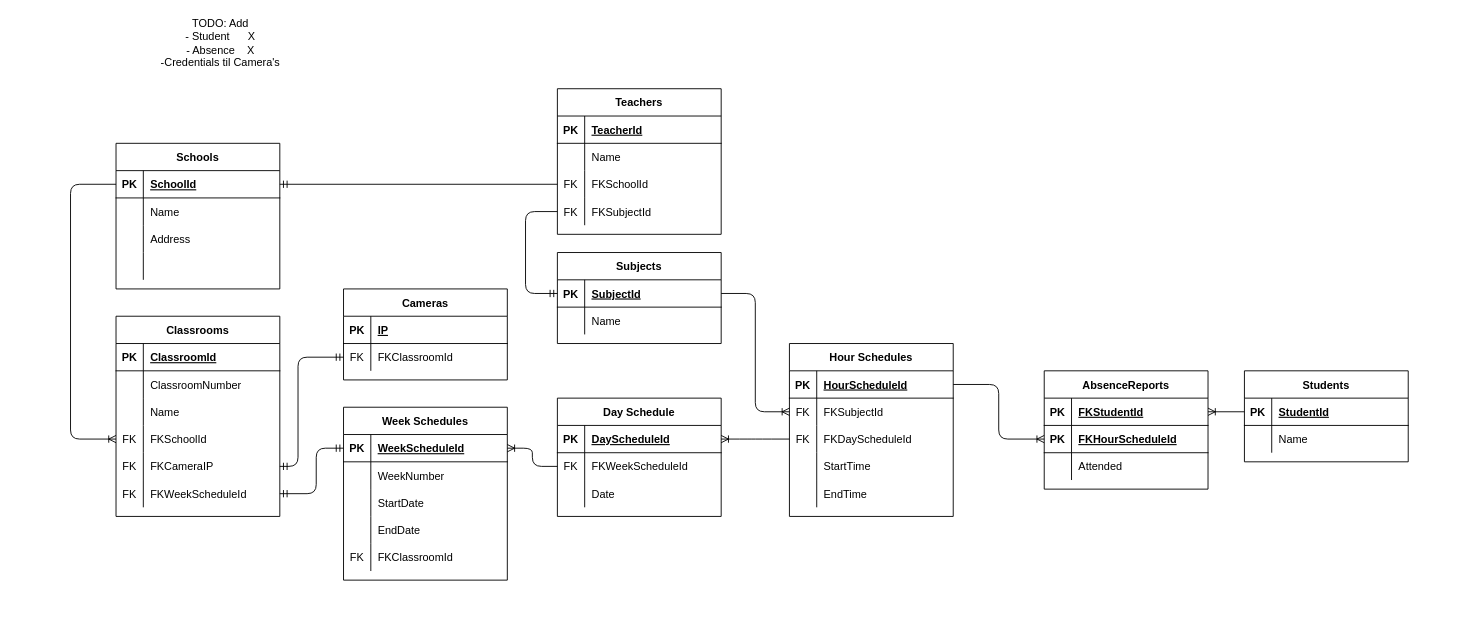
The draw.io diagram Src/AbsenceSystem/Documentation/Attendance ER-Diagram.drawio in AMDAOFF/IT-GreenDeal, before the edit. Source tidied: cells renumbered, new cells numbered last; positions are measured from the earlier drawing's top-left corner, leaving out a move shared by most shapes. Both pictures are drawn from the tidied source at 91%, with x=0, y=0 at pixel (15, 15).
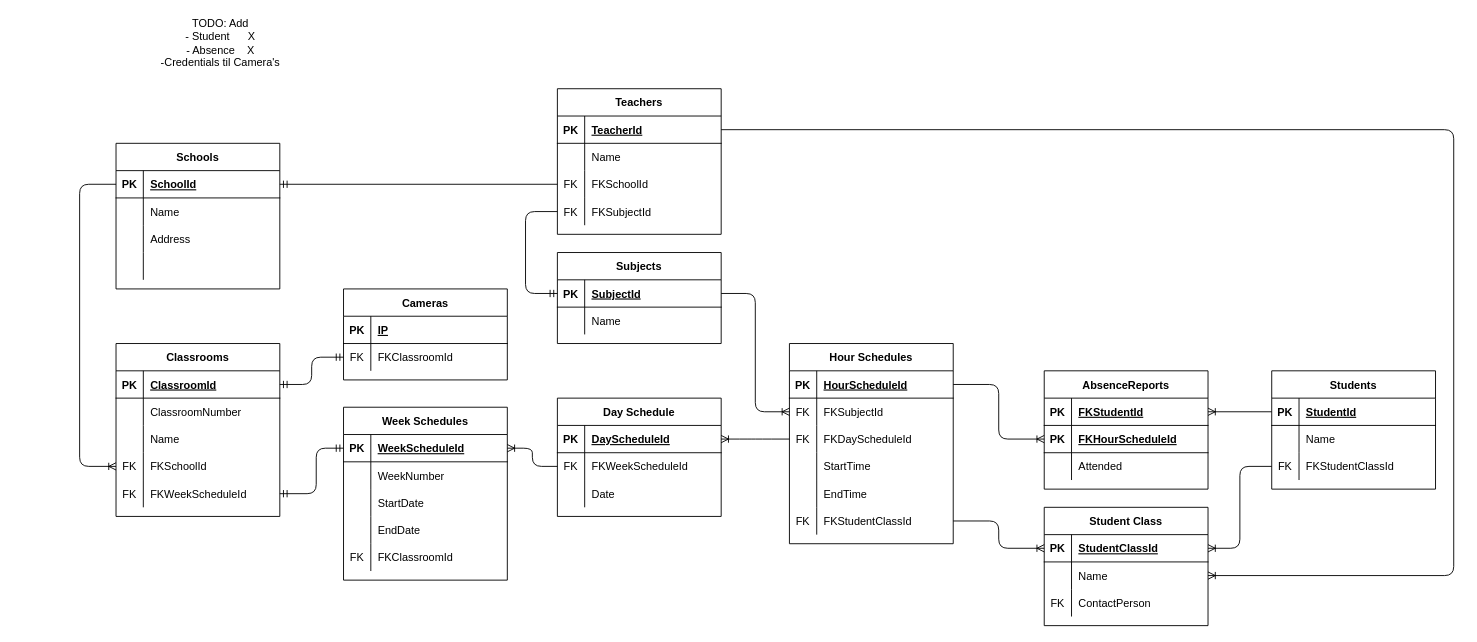
Above is the later version.

Unchanged cells that the change refers to:
```xml
<mxCell id="6" style="shape=partialRectangle;fillColor=none;top=0;left=0;bottom=0;right=0;points=[[0,0.5],[1,0.5]];portConstraint=eastwest;" parent="2" vertex="1">
  <mxGeometry y="60" width="180" height="30" as="geometry" />
</mxCell>
<mxCell id="10" style="shape=partialRectangle;fillColor=none;top=0;left=0;bottom=1;right=0;points=[[0,0.5],[1,0.5]];portConstraint=eastwest;" parent="9" vertex="1">
  <mxGeometry y="30" width="180" height="30" as="geometry" />
</mxCell>
<mxCell id="19" style="shape=partialRectangle;fillColor=none;top=0;left=0;bottom=0;right=0;points=[[0,0.5],[1,0.5]];portConstraint=eastwest;" parent="9" vertex="1">
  <mxGeometry y="120" width="180" height="30" as="geometry" />
</mxCell>
<mxCell id="29" style="shape=partialRectangle;fillColor=none;top=0;left=0;bottom=1;right=0;points=[[0,0.5],[1,0.5]];portConstraint=eastwest;" parent="28" vertex="1">
  <mxGeometry y="30" width="180" height="30" as="geometry" />
</mxCell>
<mxCell id="42" style="shape=partialRectangle;fillColor=none;top=0;left=0;bottom=1;right=0;points=[[0,0.5],[1,0.5]];portConstraint=eastwest;" parent="41" vertex="1">
  <mxGeometry y="30" width="180" height="30" as="geometry" />
</mxCell>
```

The edit, as a diff of the source:
```diff
@@
     <mxCell id="9" value="Classrooms" style="shape=table;startSize=30;childLayout=tableLayout;rowLines=0;fontStyle=1;align=center;" parent="1" vertex="1">
-      <mxGeometry x="110" y="330" width="180" height="220" as="geometry" />
+      <mxGeometry x="110" y="360" width="180" height="190" as="geometry" />
     </mxCell>
@@
-    <mxCell id="22" style="shape=partialRectangle;fillColor=none;top=0;left=0;bottom=0;right=0;points=[[0,0.5],[1,0.5]];portConstraint=eastwest;" parent="9" vertex="1">
-      <mxGeometry y="150" width="180" height="30" as="geometry" />
-    </mxCell>
-    <mxCell id="23" value="FK" style="shape=partialRectangle;fillColor=none;top=0;left=0;bottom=0;right=0;fontStyle=0;overflow=hidden;" parent="22" vertex="1">
-      <mxGeometry width="30" height="30" as="geometry" />
-    </mxCell>
-    <mxCell id="24" value="FKCameraIP" style="shape=partialRectangle;fillColor=none;top=0;left=0;bottom=0;right=0;align=left;spacingLeft=6;fontStyle=0;overflow=hidden;" parent="22" vertex="1">
-      <mxGeometry x="30" width="150" height="30" as="geometry" />
-    </mxCell>
     <mxCell id="25" style="shape=partialRectangle;fillColor=none;top=0;left=0;bottom=0;right=0;points=[[0,0.5],[1,0.5]];portConstraint=eastwest;" parent="9" vertex="1">
-      <mxGeometry y="180" width="180" height="30" as="geometry" />
+      <mxGeometry y="150" width="180" height="30" as="geometry" />
     </mxCell>
@@
     <mxCell id="61" style="edgeStyle=orthogonalEdgeStyle;fontSize=12;html=1;endArrow=ERoneToMany;entryX=0;entryY=0.5;entryDx=0;entryDy=0;exitX=0;exitY=0.5;exitDx=0;exitDy=0;" parent="1" edge="1" source="29" target="19">
       <mxGeometry relative="1" as="geometry">
         <Array as="points">
-          <mxPoint x="60" y="185" />
-          <mxPoint x="60" y="465" />
+          <mxPoint x="70" y="185" />
+          <mxPoint x="70" y="495" />
         </Array>
       </mxGeometry>
     </mxCell>
-    <mxCell id="62" style="edgeStyle=orthogonalEdgeStyle;fontSize=12;html=1;endArrow=ERmandOne;startArrow=ERmandOne;entryX=0;entryY=0.5;entryDx=0;entryDy=0;exitX=1;exitY=0.5;exitDx=0;exitDy=0;" parent="1" edge="1" source="22" target="6">
-      <mxGeometry relative="1" as="geometry">
-        <Array as="points">
-          <mxPoint x="310" y="495" />
-          <mxPoint x="310" y="375" />
-        </Array>
-      </mxGeometry>
+    <mxCell id="62" style="edgeStyle=orthogonalEdgeStyle;fontSize=12;html=1;endArrow=ERmandOne;startArrow=ERmandOne;entryX=0;entryY=0.5;entryDx=0;entryDy=0;exitX=1;exitY=0.5;exitDx=0;exitDy=0;" parent="1" edge="1" source="10" target="6">
+      <mxGeometry relative="1" as="geometry" />
     </mxCell>
@@
     <mxCell id="67" value="Students" style="shape=table;startSize=30;childLayout=tableLayout;rowLines=0;fontStyle=1;align=center;" parent="1" vertex="1">
-      <mxGeometry x="1350" y="390" width="180" height="100" as="geometry" />
+      <mxGeometry x="1380" y="390" width="180" height="130" as="geometry" />
     </mxCell>
@@
+    <mxCell id="131" style="shape=partialRectangle;fillColor=none;top=0;left=0;bottom=0;right=0;points=[[0,0.5],[1,0.5]];portConstraint=eastwest;" parent="67" vertex="1">
+      <mxGeometry y="90" width="180" height="30" as="geometry" />
+    </mxCell>
+    <mxCell id="132" value="FK" style="shape=partialRectangle;fillColor=none;top=0;left=0;bottom=0;right=0;fontStyle=0;overflow=hidden;" parent="131" vertex="1">
+      <mxGeometry width="30" height="30" as="geometry" />
+    </mxCell>
+    <mxCell id="133" value="FKStudentClassId" style="shape=partialRectangle;fillColor=none;top=0;left=0;bottom=0;right=0;align=left;spacingLeft=6;fontStyle=0;overflow=hidden;" parent="131" vertex="1">
+      <mxGeometry x="30" width="150" height="30" as="geometry" />
+    </mxCell>
@@
     <mxCell id="84" value="Hour Schedules" style="shape=table;startSize=30;childLayout=tableLayout;rowLines=0;fontStyle=1;align=center;" parent="1" vertex="1">
-      <mxGeometry x="850" y="360" width="180" height="190" as="geometry" />
+      <mxGeometry x="850" y="360" width="180" height="220" as="geometry" />
     </mxCell>
@@
+    <mxCell id="134" style="shape=partialRectangle;fillColor=none;top=0;left=0;bottom=0;right=0;points=[[0,0.5],[1,0.5]];portConstraint=eastwest;" parent="84" vertex="1">
+      <mxGeometry y="180" width="180" height="30" as="geometry" />
+    </mxCell>
+    <mxCell id="135" value="FK" style="shape=partialRectangle;fillColor=none;top=0;left=0;bottom=0;right=0;fontStyle=0;overflow=hidden;" parent="134" vertex="1">
+      <mxGeometry width="30" height="30" as="geometry" />
+    </mxCell>
+    <mxCell id="136" value="FKStudentClassId" style="shape=partialRectangle;fillColor=none;top=0;left=0;bottom=0;right=0;align=left;spacingLeft=6;fontStyle=0;overflow=hidden;" parent="134" vertex="1">
+      <mxGeometry x="30" width="150" height="30" as="geometry" />
+    </mxCell>
@@
+    <mxCell id="137" value="Student Class" style="shape=table;startSize=30;childLayout=tableLayout;rowLines=0;fontStyle=1;align=center;" parent="1" vertex="1">
+      <mxGeometry x="1130" y="540" width="180" height="130" as="geometry" />
+    </mxCell>
+    <mxCell id="138" style="shape=partialRectangle;fillColor=none;top=0;left=0;bottom=1;right=0;points=[[0,0.5],[1,0.5]];portConstraint=eastwest;" parent="137" vertex="1">
+      <mxGeometry y="30" width="180" height="30" as="geometry" />
+    </mxCell>
+    <mxCell id="139" value="PK" style="shape=partialRectangle;fillColor=none;top=0;left=0;bottom=0;right=0;fontStyle=1;overflow=hidden;" parent="138" vertex="1">
+      <mxGeometry width="30" height="30" as="geometry" />
+    </mxCell>
+    <mxCell id="140" value="StudentClassId" style="shape=partialRectangle;fillColor=none;top=0;left=0;bottom=0;right=0;align=left;spacingLeft=6;fontStyle=5;overflow=hidden;" parent="138" vertex="1">
+      <mxGeometry x="30" width="150" height="30" as="geometry" />
+    </mxCell>
+    <mxCell id="141" style="shape=partialRectangle;fillColor=none;top=0;left=0;bottom=0;right=0;points=[[0,0.5],[1,0.5]];portConstraint=eastwest;" parent="137" vertex="1">
+      <mxGeometry y="60" width="180" height="30" as="geometry" />
+    </mxCell>
+    <mxCell id="142" style="shape=partialRectangle;fillColor=none;top=0;left=0;bottom=0;right=0;overflow=hidden;" parent="141" vertex="1">
+      <mxGeometry width="30" height="30" as="geometry" />
+    </mxCell>
+    <mxCell id="143" value="Name" style="shape=partialRectangle;fillColor=none;top=0;left=0;bottom=0;right=0;align=left;spacingLeft=6;overflow=hidden;" parent="141" vertex="1">
+      <mxGeometry x="30" width="150" height="30" as="geometry" />
+    </mxCell>
+    <mxCell id="144" style="shape=partialRectangle;fillColor=none;top=0;left=0;bottom=0;right=0;" parent="137" vertex="1">
+      <mxGeometry y="90" width="180" height="30" as="geometry" />
+    </mxCell>
+    <mxCell id="145" value="FK" style="shape=partialRectangle;fillColor=none;top=0;left=0;bottom=0;right=0;fontStyle=0;overflow=hidden;" parent="144" vertex="1">
+      <mxGeometry width="30" height="30" as="geometry" />
+    </mxCell>
+    <mxCell id="146" value="ContactPerson" style="shape=partialRectangle;fillColor=none;top=0;left=0;bottom=0;right=0;align=left;spacingLeft=6;fontStyle=0;overflow=hidden;" parent="144" vertex="1">
+      <mxGeometry x="30" width="150" height="30" as="geometry" />
+    </mxCell>
+    <mxCell id="147" style="edgeStyle=orthogonalEdgeStyle;fontSize=12;html=1;endArrow=ERoneToMany;entryX=0;entryY=0.5;entryDx=0;entryDy=0;exitX=1;exitY=0.5;exitDx=0;exitDy=0;" parent="1" edge="1" source="134" target="138">
+      <mxGeometry relative="1" as="geometry" />
+    </mxCell>
+    <mxCell id="148" style="edgeStyle=orthogonalEdgeStyle;fontSize=12;html=1;endArrow=ERoneToMany;exitX=0;exitY=0.5;exitDx=0;exitDy=0;entryX=1;entryY=0.5;entryDx=0;entryDy=0;" parent="1" edge="1" source="131" target="138">
+      <mxGeometry relative="1" as="geometry" />
+    </mxCell>
+    <mxCell id="149" style="edgeStyle=orthogonalEdgeStyle;fontSize=12;html=1;endArrow=ERoneToMany;exitX=1;exitY=0.5;exitDx=0;exitDy=0;entryX=1;entryY=0.5;entryDx=0;entryDy=0;" parent="1" edge="1" source="42" target="141">
+      <mxGeometry relative="1" as="geometry">
+        <Array as="points">
+          <mxPoint x="1580" y="125" />
+          <mxPoint x="1580" y="615" />
+        </Array>
+      </mxGeometry>
+    </mxCell>
```
